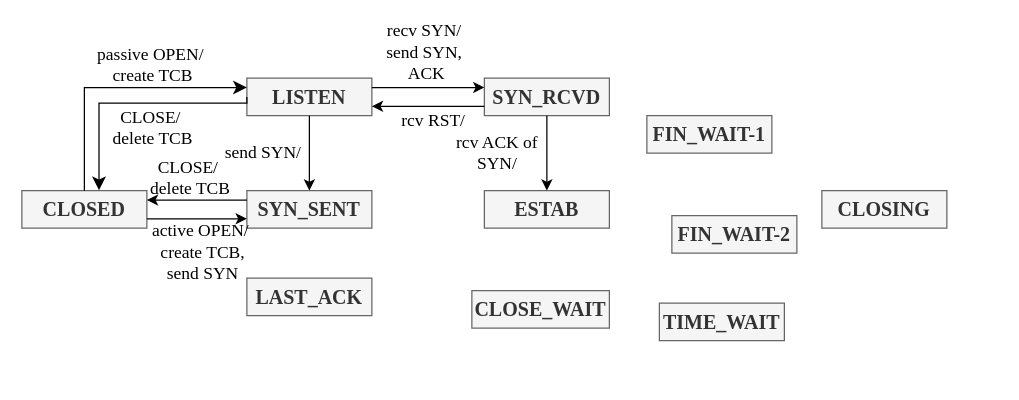
The draw.io diagram TCP_PSM.drawio in Zilinlin/RFC_PSM_Benchmark, before the edit. Source tidied: cells renumbered, new cells numbered last; positions are measured from the earlier drawing's top-left corner, leaving out a move shared by most shapes. Both pictures are drawn from the tidied source at 125%, with x=0, y=0 at pixel (21, 40).
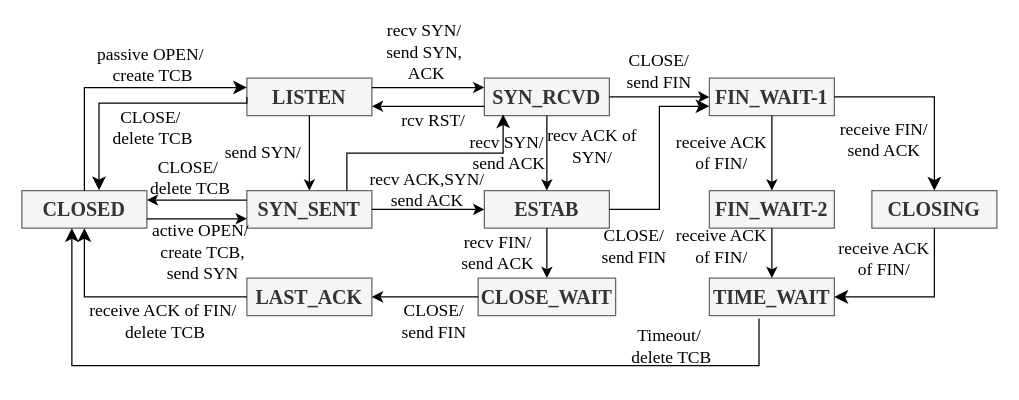
After the change.

The change refers to these unchanged cells:
```xml
<mxCell id="3" value="&lt;font face=&quot;Times New Roman&quot; style=&quot;font-size: 16px;&quot;&gt;&lt;b&gt;CLOSED&lt;/b&gt;&lt;/font&gt;" style="rounded=0;whiteSpace=wrap;html=1;fillColor=#f5f5f5;fontColor=#333333;strokeColor=#666666;" parent="1" vertex="1">
  <mxGeometry y="120" width="100" height="30" as="geometry" />
</mxCell>
<mxCell id="4" value="&lt;font face=&quot;Times New Roman&quot; style=&quot;font-size: 16px;&quot;&gt;&lt;b&gt;SYN_SENT&lt;/b&gt;&lt;/font&gt;" style="rounded=0;whiteSpace=wrap;html=1;fillColor=#f5f5f5;fontColor=#333333;strokeColor=#666666;" parent="1" vertex="1">
  <mxGeometry x="180" y="120" width="100" height="30" as="geometry" />
</mxCell>
<mxCell id="5" value="&lt;font face=&quot;Times New Roman&quot; style=&quot;font-size: 16px;&quot;&gt;&lt;b&gt;LAST_ACK&lt;/b&gt;&lt;/font&gt;" style="rounded=0;whiteSpace=wrap;html=1;fillColor=#f5f5f5;fontColor=#333333;strokeColor=#666666;" parent="1" vertex="1">
  <mxGeometry x="180" y="190" width="100" height="30" as="geometry" />
</mxCell>
<mxCell id="6" value="&lt;font face=&quot;Times New Roman&quot; style=&quot;font-size: 16px;&quot;&gt;&lt;b&gt;SYN_RCVD&lt;/b&gt;&lt;/font&gt;" style="rounded=0;whiteSpace=wrap;html=1;fillColor=#f5f5f5;fontColor=#333333;strokeColor=#666666;" parent="1" vertex="1">
  <mxGeometry x="370" y="30" width="100" height="30" as="geometry" />
</mxCell>
<mxCell id="7" value="&lt;font face=&quot;Times New Roman&quot; style=&quot;font-size: 16px;&quot;&gt;&lt;b&gt;ESTAB&lt;/b&gt;&lt;/font&gt;" style="rounded=0;whiteSpace=wrap;html=1;fillColor=#f5f5f5;fontColor=#333333;strokeColor=#666666;" parent="1" vertex="1">
  <mxGeometry x="370" y="120" width="100" height="30" as="geometry" />
</mxCell>
```

Diff of the diagram source:
```diff
@@
     <mxCell id="8" value="&lt;font face=&quot;Times New Roman&quot; style=&quot;font-size: 16px;&quot;&gt;&lt;b&gt;CLOSE_WAIT&lt;/b&gt;&lt;/font&gt;" style="rounded=0;whiteSpace=wrap;html=1;fillColor=#f5f5f5;fontColor=#333333;strokeColor=#666666;" parent="1" vertex="1">
-      <mxGeometry x="360" y="200" width="110" height="30" as="geometry" />
+      <mxGeometry x="365" y="190" width="110" height="30" as="geometry" />
     </mxCell>
     <mxCell id="9" value="&lt;font face=&quot;Times New Roman&quot; style=&quot;font-size: 16px;&quot;&gt;&lt;b&gt;FIN_WAIT-1&lt;/b&gt;&lt;/font&gt;" style="rounded=0;whiteSpace=wrap;html=1;fillColor=#f5f5f5;fontColor=#333333;strokeColor=#666666;" parent="1" vertex="1">
-      <mxGeometry x="500" y="60" width="100" height="30" as="geometry" />
+      <mxGeometry x="550" y="30" width="100" height="30" as="geometry" />
     </mxCell>
     <mxCell id="10" value="&lt;font face=&quot;Times New Roman&quot; style=&quot;font-size: 16px;&quot;&gt;&lt;b&gt;TIME_WAIT&lt;/b&gt;&lt;/font&gt;" style="rounded=0;whiteSpace=wrap;html=1;fillColor=#f5f5f5;fontColor=#333333;strokeColor=#666666;" parent="1" vertex="1">
-      <mxGeometry x="510" y="210" width="100" height="30" as="geometry" />
+      <mxGeometry x="550" y="190" width="100" height="30" as="geometry" />
     </mxCell>
     <mxCell id="11" value="&lt;font face=&quot;Times New Roman&quot; style=&quot;font-size: 16px;&quot;&gt;&lt;b&gt;FIN_WAIT-2&lt;/b&gt;&lt;/font&gt;" style="rounded=0;whiteSpace=wrap;html=1;fillColor=#f5f5f5;fontColor=#333333;strokeColor=#666666;" parent="1" vertex="1">
-      <mxGeometry x="520" y="140" width="100" height="30" as="geometry" />
+      <mxGeometry x="550" y="120" width="100" height="30" as="geometry" />
     </mxCell>
     <mxCell id="12" value="&lt;font face=&quot;Times New Roman&quot; style=&quot;font-size: 16px;&quot;&gt;&lt;b&gt;CLOSING&lt;/b&gt;&lt;/font&gt;" style="rounded=0;whiteSpace=wrap;html=1;fillColor=#f5f5f5;fontColor=#333333;strokeColor=#666666;" parent="1" vertex="1">
-      <mxGeometry x="640" y="120" width="100" height="30" as="geometry" />
+      <mxGeometry x="680" y="120" width="100" height="30" as="geometry" />
     </mxCell>
@@
-    <mxCell id="28" value="&lt;font face=&quot;Times New Roman&quot;&gt;&lt;span style=&quot;font-size: 14px;&quot;&gt;rcv ACK of SYN/&lt;/span&gt;&lt;/font&gt;" style="text;html=1;align=center;verticalAlign=middle;whiteSpace=wrap;rounded=0;" parent="1" vertex="1">
-      <mxGeometry x="340" y="85" width="81" height="10" as="geometry" />
+    <mxCell id="28" value="&lt;font face=&quot;Times New Roman&quot;&gt;&lt;span style=&quot;font-size: 14px;&quot;&gt;recv ACK of SYN/&lt;/span&gt;&lt;/font&gt;" style="text;html=1;align=center;verticalAlign=middle;whiteSpace=wrap;rounded=0;" parent="1" vertex="1">
+      <mxGeometry x="415.5" y="80" width="81" height="10" as="geometry" />
     </mxCell>
+    <mxCell id="29" style="endArrow=classic;html=1;rounded=0;exitX=1;exitY=0.5;exitDx=0;exitDy=0;entryX=0;entryY=0.5;entryDx=0;entryDy=0;" parent="1" edge="1" source="4" target="7">
+      <mxGeometry relative="1" as="geometry" />
+    </mxCell>
+    <mxCell id="30" value="&lt;font face=&quot;Times New Roman&quot;&gt;&lt;span style=&quot;font-size: 14px;&quot;&gt;recv ACK,SYN/&lt;/span&gt;&lt;/font&gt;&lt;div&gt;&lt;font face=&quot;Times New Roman&quot;&gt;&lt;span style=&quot;font-size: 14px;&quot;&gt;send ACK&lt;/span&gt;&lt;/font&gt;&lt;/div&gt;" style="text;html=1;align=center;verticalAlign=middle;whiteSpace=wrap;rounded=0;" parent="1" vertex="1">
+      <mxGeometry x="275.5" y="100" width="97" height="40" as="geometry" />
+    </mxCell>
+    <mxCell id="31" style="endArrow=classic;html=1;rounded=0;exitX=0.5;exitY=1;exitDx=0;exitDy=0;entryX=0.5;entryY=0;entryDx=0;entryDy=0;" parent="1" edge="1" source="7" target="8">
+      <mxGeometry relative="1" as="geometry" />
+    </mxCell>
+    <mxCell id="32" value="&lt;font face=&quot;Times New Roman&quot;&gt;&lt;span style=&quot;font-size: 14px;&quot;&gt;recv FIN/&lt;/span&gt;&lt;/font&gt;&lt;div&gt;&lt;font face=&quot;Times New Roman&quot;&gt;&lt;span style=&quot;font-size: 14px;&quot;&gt;send ACK&lt;/span&gt;&lt;/font&gt;&lt;/div&gt;" style="text;html=1;align=center;verticalAlign=middle;whiteSpace=wrap;rounded=0;" parent="1" vertex="1">
+      <mxGeometry x="345.5" y="155" width="70" height="30" as="geometry" />
+    </mxCell>
+    <mxCell id="33" style="endArrow=classic;html=1;rounded=0;exitX=0;exitY=0.5;exitDx=0;exitDy=0;entryX=1;entryY=0.5;entryDx=0;entryDy=0;" parent="1" edge="1" source="8" target="5">
+      <mxGeometry relative="1" as="geometry" />
+    </mxCell>
+    <mxCell id="34" value="&lt;font face=&quot;Times New Roman&quot;&gt;&lt;span style=&quot;font-size: 14px;&quot;&gt;CLOSE/&lt;/span&gt;&lt;/font&gt;&lt;div&gt;&lt;font face=&quot;Times New Roman&quot;&gt;&lt;span style=&quot;font-size: 14px;&quot;&gt;send FIN&lt;/span&gt;&lt;/font&gt;&lt;/div&gt;" style="text;html=1;align=center;verticalAlign=middle;whiteSpace=wrap;rounded=0;" parent="1" vertex="1">
+      <mxGeometry x="294.5" y="210" width="70" height="30" as="geometry" />
+    </mxCell>
+    <mxCell id="35" style="endArrow=classic;html=1;rounded=0;exitX=1;exitY=0.5;exitDx=0;exitDy=0;entryX=0;entryY=0.5;entryDx=0;entryDy=0;" parent="1" edge="1" source="6" target="9">
+      <mxGeometry relative="1" as="geometry" />
+    </mxCell>
+    <mxCell id="36" value="&lt;font face=&quot;Times New Roman&quot;&gt;&lt;span style=&quot;font-size: 14px;&quot;&gt;CLOSE/&lt;/span&gt;&lt;/font&gt;&lt;div&gt;&lt;font face=&quot;Times New Roman&quot;&gt;&lt;span style=&quot;font-size: 14px;&quot;&gt;send FIN&lt;/span&gt;&lt;/font&gt;&lt;/div&gt;" style="text;html=1;align=center;verticalAlign=middle;whiteSpace=wrap;rounded=0;" parent="1" vertex="1">
+      <mxGeometry x="460" y="150" width="60" height="30" as="geometry" />
+    </mxCell>
+    <mxCell id="37" style="edgeStyle=elbowEdgeStyle;elbow=horizontal;endArrow=classic;html=1;curved=0;rounded=0;endSize=8;startSize=8;exitX=1;exitY=0.5;exitDx=0;exitDy=0;entryX=0;entryY=0.75;entryDx=0;entryDy=0;" parent="1" edge="1" source="7" target="9">
+      <mxGeometry relative="1" as="geometry" />
+    </mxCell>
+    <mxCell id="38" value="&lt;font face=&quot;Times New Roman&quot;&gt;&lt;span style=&quot;font-size: 14px;&quot;&gt;CLOSE/&lt;/span&gt;&lt;/font&gt;&lt;div&gt;&lt;font face=&quot;Times New Roman&quot;&gt;&lt;span style=&quot;font-size: 14px;&quot;&gt;send FIN&lt;/span&gt;&lt;/font&gt;&lt;/div&gt;" style="text;html=1;align=center;verticalAlign=middle;whiteSpace=wrap;rounded=0;" parent="1" vertex="1">
+      <mxGeometry x="475" y="10" width="70" height="30" as="geometry" />
+    </mxCell>
+    <mxCell id="39" style="endArrow=classic;html=1;rounded=0;exitX=0.5;exitY=1;exitDx=0;exitDy=0;entryX=0.5;entryY=0;entryDx=0;entryDy=0;" parent="1" edge="1" source="9" target="11">
+      <mxGeometry relative="1" as="geometry" />
+    </mxCell>
+    <mxCell id="40" value="&lt;font face=&quot;Times New Roman&quot;&gt;&lt;span style=&quot;font-size: 14px;&quot;&gt;receive ACK of FIN/&lt;/span&gt;&lt;/font&gt;" style="text;html=1;align=center;verticalAlign=middle;whiteSpace=wrap;rounded=0;" parent="1" vertex="1">
+      <mxGeometry x="520" y="75" width="80" height="30" as="geometry" />
+    </mxCell>
+    <mxCell id="41" style="endArrow=classic;html=1;rounded=0;exitX=0.5;exitY=1;exitDx=0;exitDy=0;entryX=0.5;entryY=0;entryDx=0;entryDy=0;" parent="1" edge="1" source="11" target="10">
+      <mxGeometry relative="1" as="geometry" />
+    </mxCell>
+    <mxCell id="42" value="&lt;font face=&quot;Times New Roman&quot;&gt;&lt;span style=&quot;font-size: 14px;&quot;&gt;receive ACK of FIN/&lt;/span&gt;&lt;/font&gt;" style="text;html=1;align=center;verticalAlign=middle;whiteSpace=wrap;rounded=0;" parent="1" vertex="1">
+      <mxGeometry x="520" y="150" width="80" height="30" as="geometry" />
+    </mxCell>
+    <mxCell id="43" style="edgeStyle=elbowEdgeStyle;elbow=horizontal;endArrow=classic;html=1;curved=0;rounded=0;endSize=8;startSize=8;exitX=1;exitY=0.5;exitDx=0;exitDy=0;entryX=0.5;entryY=0;entryDx=0;entryDy=0;" parent="1" edge="1" source="9" target="12">
+      <mxGeometry relative="1" as="geometry">
+        <Array as="points">
+          <mxPoint x="730" y="80" />
+        </Array>
+      </mxGeometry>
+    </mxCell>
+    <mxCell id="44" value="&lt;font face=&quot;Times New Roman&quot;&gt;&lt;span style=&quot;font-size: 14px;&quot;&gt;receive FIN/ send ACK&lt;/span&gt;&lt;/font&gt;" style="text;html=1;align=center;verticalAlign=middle;whiteSpace=wrap;rounded=0;" parent="1" vertex="1">
+      <mxGeometry x="650" y="65" width="80" height="30" as="geometry" />
+    </mxCell>
+    <mxCell id="45" style="edgeStyle=segmentEdgeStyle;endArrow=classic;html=1;curved=0;rounded=0;endSize=8;startSize=8;entryX=1;entryY=0.5;entryDx=0;entryDy=0;exitX=0.5;exitY=1;exitDx=0;exitDy=0;" parent="1" edge="1" source="12" target="10">
+      <mxGeometry relative="1" as="geometry">
+        <Array as="points">
+          <mxPoint x="730" y="205" />
+        </Array>
+      </mxGeometry>
+    </mxCell>
+    <mxCell id="46" value="&lt;font face=&quot;Times New Roman&quot;&gt;&lt;span style=&quot;font-size: 14px;&quot;&gt;receive ACK of FIN/&lt;/span&gt;&lt;/font&gt;" style="text;html=1;align=center;verticalAlign=middle;whiteSpace=wrap;rounded=0;" parent="1" vertex="1">
+      <mxGeometry x="650" y="160" width="80" height="30" as="geometry" />
+    </mxCell>
+    <mxCell id="47" style="edgeStyle=elbowEdgeStyle;elbow=horizontal;endArrow=classic;html=1;curved=0;rounded=0;endSize=8;startSize=8;exitX=0;exitY=0.5;exitDx=0;exitDy=0;entryX=0.5;entryY=1;entryDx=0;entryDy=0;" parent="1" edge="1" source="5" target="3">
+      <mxGeometry relative="1" as="geometry">
+        <Array as="points">
+          <mxPoint x="50" y="180" />
+        </Array>
+      </mxGeometry>
+    </mxCell>
+    <mxCell id="48" value="&lt;font style=&quot;font-size: 14px;&quot; face=&quot;Times New Roman&quot;&gt;receive ACK of FIN/&amp;nbsp;&lt;/font&gt;&lt;div&gt;&lt;font face=&quot;Times New Roman&quot;&gt;&lt;span style=&quot;font-size: 14px;&quot;&gt;delete TCB&lt;/span&gt;&lt;/font&gt;&lt;/div&gt;" style="text;html=1;align=center;verticalAlign=middle;whiteSpace=wrap;rounded=0;" parent="1" vertex="1">
+      <mxGeometry x="50" y="210" width="130" height="30" as="geometry" />
+    </mxCell>
+    <mxCell id="49" style="edgeStyle=elbowEdgeStyle;elbow=vertical;endArrow=classic;html=1;curved=0;rounded=0;endSize=8;startSize=8;exitX=0.397;exitY=1.078;exitDx=0;exitDy=0;exitPerimeter=0;" parent="1" edge="1" source="10">
+      <mxGeometry relative="1" as="geometry">
+        <mxPoint x="40" y="150" as="targetPoint" />
+        <Array as="points">
+          <mxPoint x="310" y="260" />
+        </Array>
+      </mxGeometry>
+    </mxCell>
+    <mxCell id="50" value="&lt;font style=&quot;font-size: 14px;&quot; face=&quot;Times New Roman&quot;&gt;Timeout/&amp;nbsp;&lt;/font&gt;&lt;div&gt;&lt;font face=&quot;Times New Roman&quot;&gt;&lt;span style=&quot;font-size: 14px;&quot;&gt;delete TCB&lt;/span&gt;&lt;/font&gt;&lt;/div&gt;" style="text;html=1;align=center;verticalAlign=middle;whiteSpace=wrap;rounded=0;" parent="1" vertex="1">
+      <mxGeometry x="475" y="230" width="90" height="30" as="geometry" />
+    </mxCell>
+    <mxCell id="51" style="edgeStyle=elbowEdgeStyle;elbow=vertical;endArrow=classic;html=1;curved=0;rounded=0;endSize=8;startSize=8;entryX=0.15;entryY=0.967;entryDx=0;entryDy=0;entryPerimeter=0;" parent="1" edge="1" target="6">
+      <mxGeometry relative="1" as="geometry">
+        <mxPoint x="260" y="120" as="sourcePoint" />
+        <Array as="points">
+          <mxPoint x="400" y="90" />
+        </Array>
+      </mxGeometry>
+    </mxCell>
+    <mxCell id="52" value="&lt;font style=&quot;font-size: 14px;&quot; face=&quot;Times New Roman&quot;&gt;recv SYN/&amp;nbsp;&lt;/font&gt;&lt;div&gt;&lt;font face=&quot;Times New Roman&quot;&gt;&lt;span style=&quot;font-size: 14px;&quot;&gt;send &lt;/span&gt;&lt;/font&gt;&lt;span style=&quot;font-size: 14px; font-family: &amp;quot;Times New Roman&amp;quot;; background-color: transparent; color: light-dark(rgb(0, 0, 0), rgb(255, 255, 255));&quot;&gt;ACK&lt;/span&gt;&lt;/div&gt;" style="text;html=1;align=center;verticalAlign=middle;whiteSpace=wrap;rounded=0;" parent="1" vertex="1">
+      <mxGeometry x="300" y="80" width="180" height="20" as="geometry" />
+    </mxCell>
```
